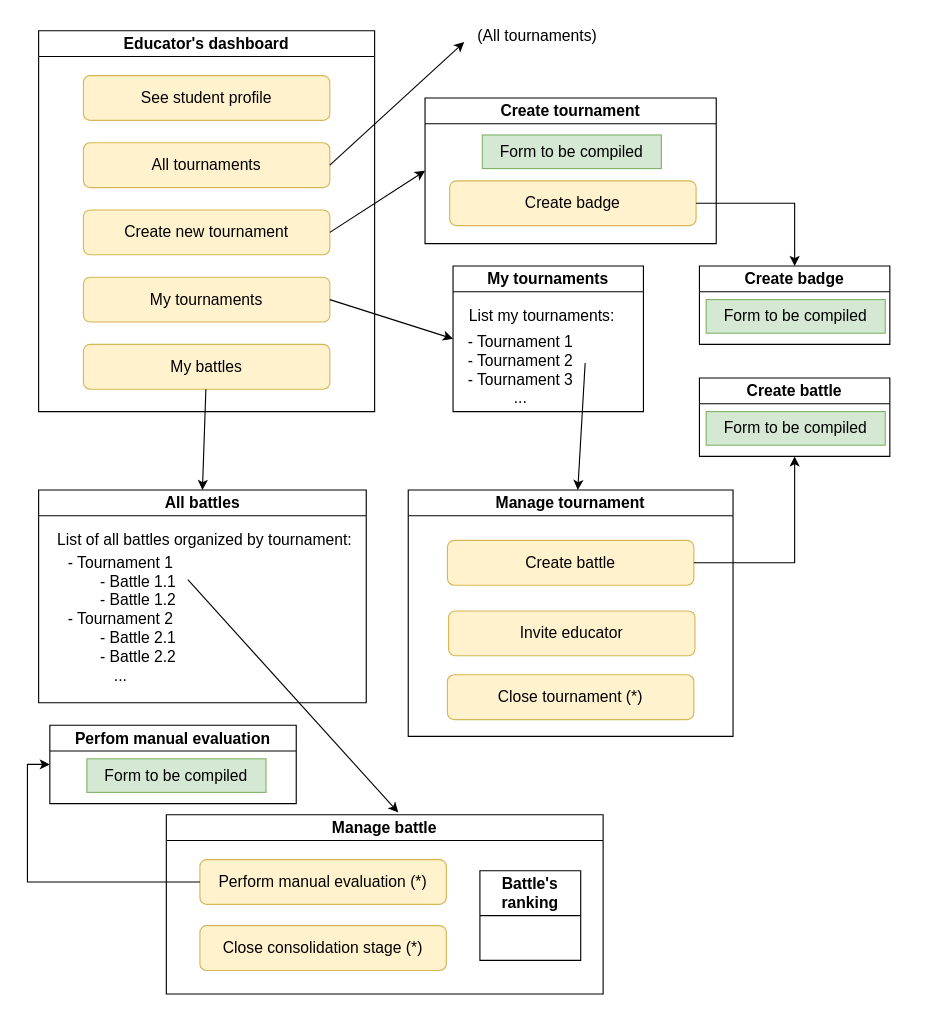
mttcrn/software-engineering-II-project keeps this draw.io diagram as page "Educator dashboard" (2 of 3) of diagrams/interfaces/interfaces.drawio. Above is the earlier version. Source tidied: cells renumbered, new cells numbered last; positions are measured from the earlier drawing's top-left corner, leaving out a move shared by most shapes. Both pictures are drawn from the tidied source at 112%, with x=0, y=0 at pixel (38, 19).
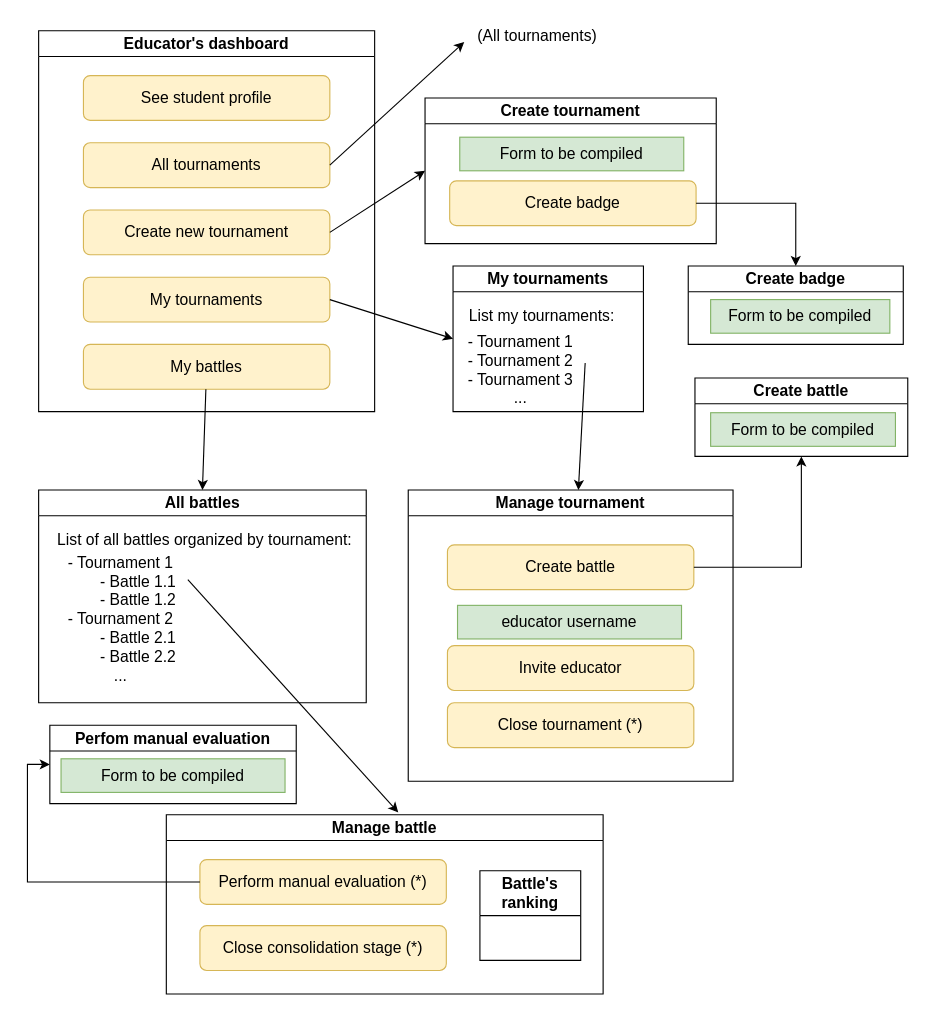
After the change.

Unchanged cells that the change refers to:
```xml
<mxCell id="9" value="Create tournament" style="swimlane;whiteSpace=wrap;html=1;fontSize=14;" parent="1" vertex="1">
  <mxGeometry x="345" y="70" width="260" height="130" as="geometry" />
</mxCell>
<mxCell id="38" value="Perfom manual evaluation" style="swimlane;whiteSpace=wrap;html=1;fontSize=14;" parent="1" vertex="1">
  <mxGeometry x="10" y="630" width="220" height="70" as="geometry" />
</mxCell>
```

Change to the diagram source:
```diff
@@
-    <mxCell id="11" value="Form to be compiled" style="rounded=0;whiteSpace=wrap;html=1;align=center;fontSize=14;fillColor=#d5e8d4;strokeColor=#82b366;" parent="9" vertex="1">
-      <mxGeometry x="51.1" y="33" width="159.9" height="30" as="geometry" />
-    </mxCell>
+    <mxCell id="41" value="Form to be compiled" style="rounded=0;whiteSpace=wrap;html=1;fillColor=#d5e8d4;strokeColor=#82b366;fontSize=14;" parent="9" vertex="1">
+      <mxGeometry x="31" y="35" width="200" height="30" as="geometry" />
+    </mxCell>
@@
     <mxCell id="26" value="Manage tournament" style="swimlane;whiteSpace=wrap;html=1;fontSize=14;" parent="1" vertex="1">
-      <mxGeometry x="330" y="420" width="290" height="220" as="geometry" />
+      <mxGeometry x="330" y="420" width="290" height="260" as="geometry" />
     </mxCell>
     <mxCell id="27" value="Invite educator" style="rounded=1;whiteSpace=wrap;html=1;fontSize=14;fillColor=#fff2cc;strokeColor=#d6b656;" parent="26" vertex="1">
-      <mxGeometry x="36" y="108" width="220" height="40" as="geometry" />
+      <mxGeometry x="35" y="139" width="220" height="40" as="geometry" />
     </mxCell>
     <mxCell id="28" value="Create battle" style="rounded=1;whiteSpace=wrap;html=1;fontSize=14;fillColor=#fff2cc;strokeColor=#d6b656;" parent="26" vertex="1">
-      <mxGeometry x="35" y="45" width="220" height="40" as="geometry" />
+      <mxGeometry x="35" y="49" width="220" height="40" as="geometry" />
     </mxCell>
     <mxCell id="29" value="Close tournament (*)" style="rounded=1;whiteSpace=wrap;html=1;fontSize=14;fillColor=#fff2cc;strokeColor=#d6b656;" parent="26" vertex="1">
-      <mxGeometry x="35" y="165" width="220" height="40" as="geometry" />
+      <mxGeometry x="35" y="190" width="220" height="40" as="geometry" />
     </mxCell>
+    <mxCell id="42" value="educator username" style="rounded=0;whiteSpace=wrap;html=1;fillColor=#d5e8d4;strokeColor=#82b366;fontSize=14;" parent="26" vertex="1">
+      <mxGeometry x="44" y="103" width="200" height="30" as="geometry" />
+    </mxCell>
@@
     <mxCell id="32" value="Create badge" style="swimlane;whiteSpace=wrap;html=1;fontSize=14;" parent="1" vertex="1">
-      <mxGeometry x="590" y="220" width="170" height="70" as="geometry" />
+      <mxGeometry x="580" y="220" width="192" height="70" as="geometry" />
     </mxCell>
-    <mxCell id="33" value="Form to be compiled" style="rounded=0;whiteSpace=wrap;html=1;align=center;fontSize=14;fillColor=#d5e8d4;strokeColor=#82b366;" parent="32" vertex="1">
-      <mxGeometry x="6" y="30" width="159.9" height="30" as="geometry" />
-    </mxCell>
+    <mxCell id="43" value="Form to be compiled" style="rounded=0;whiteSpace=wrap;html=1;fillColor=#d5e8d4;strokeColor=#82b366;fontSize=14;" parent="32" vertex="1">
+      <mxGeometry x="20" y="30" width="160" height="30" as="geometry" />
+    </mxCell>
@@
     <mxCell id="35" value="Create battle" style="swimlane;whiteSpace=wrap;html=1;fontSize=14;" parent="1" vertex="1">
-      <mxGeometry x="590" y="320" width="170" height="70" as="geometry" />
+      <mxGeometry x="586" y="320" width="190" height="70" as="geometry" />
     </mxCell>
-    <mxCell id="36" value="Form to be compiled" style="rounded=0;whiteSpace=wrap;html=1;align=center;fontSize=14;fillColor=#d5e8d4;strokeColor=#82b366;" parent="35" vertex="1">
-      <mxGeometry x="6" y="30" width="159.9" height="30" as="geometry" />
-    </mxCell>
+    <mxCell id="44" value="Form to be compiled" style="rounded=0;whiteSpace=wrap;html=1;fillColor=#d5e8d4;strokeColor=#82b366;fontSize=14;" parent="35" vertex="1">
+      <mxGeometry x="14" y="31" width="165" height="30" as="geometry" />
+    </mxCell>
@@
-    <mxCell id="39" value="Form to be compiled" style="rounded=0;whiteSpace=wrap;html=1;align=center;fontSize=14;fillColor=#d5e8d4;strokeColor=#82b366;" parent="38" vertex="1">
-      <mxGeometry x="33.1" y="30" width="159.9" height="30" as="geometry" />
-    </mxCell>
+    <mxCell id="45" value="Form to be compiled" style="rounded=0;whiteSpace=wrap;html=1;fillColor=#d5e8d4;strokeColor=#82b366;fontSize=14;" parent="38" vertex="1">
+      <mxGeometry x="10" y="30" width="200" height="30" as="geometry" />
+    </mxCell>
```
